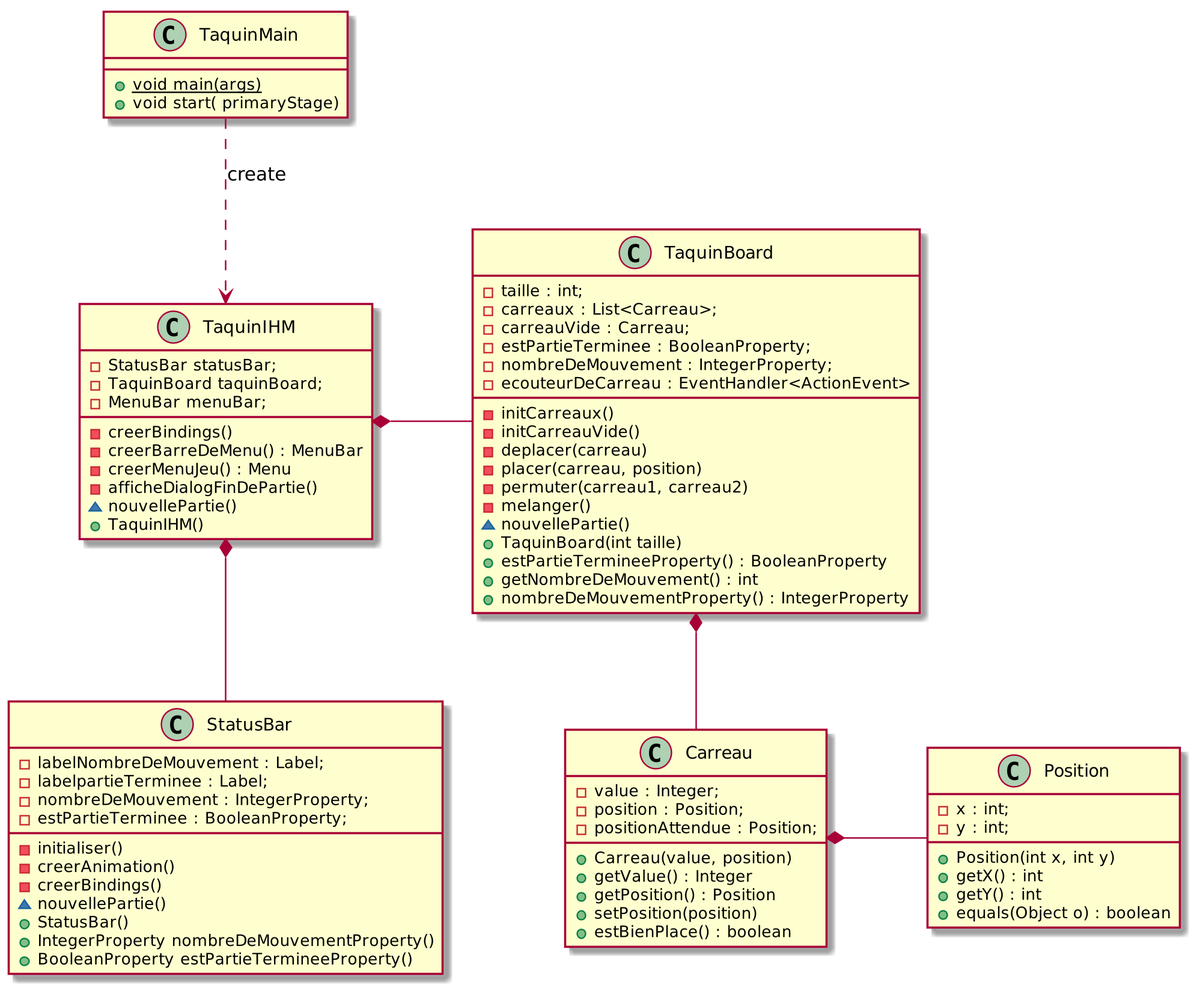
deborah-jabes/TestIHM2017 keeps this PlantUML diagram as src/main/resources/diagram.png. Above is the earlier version.
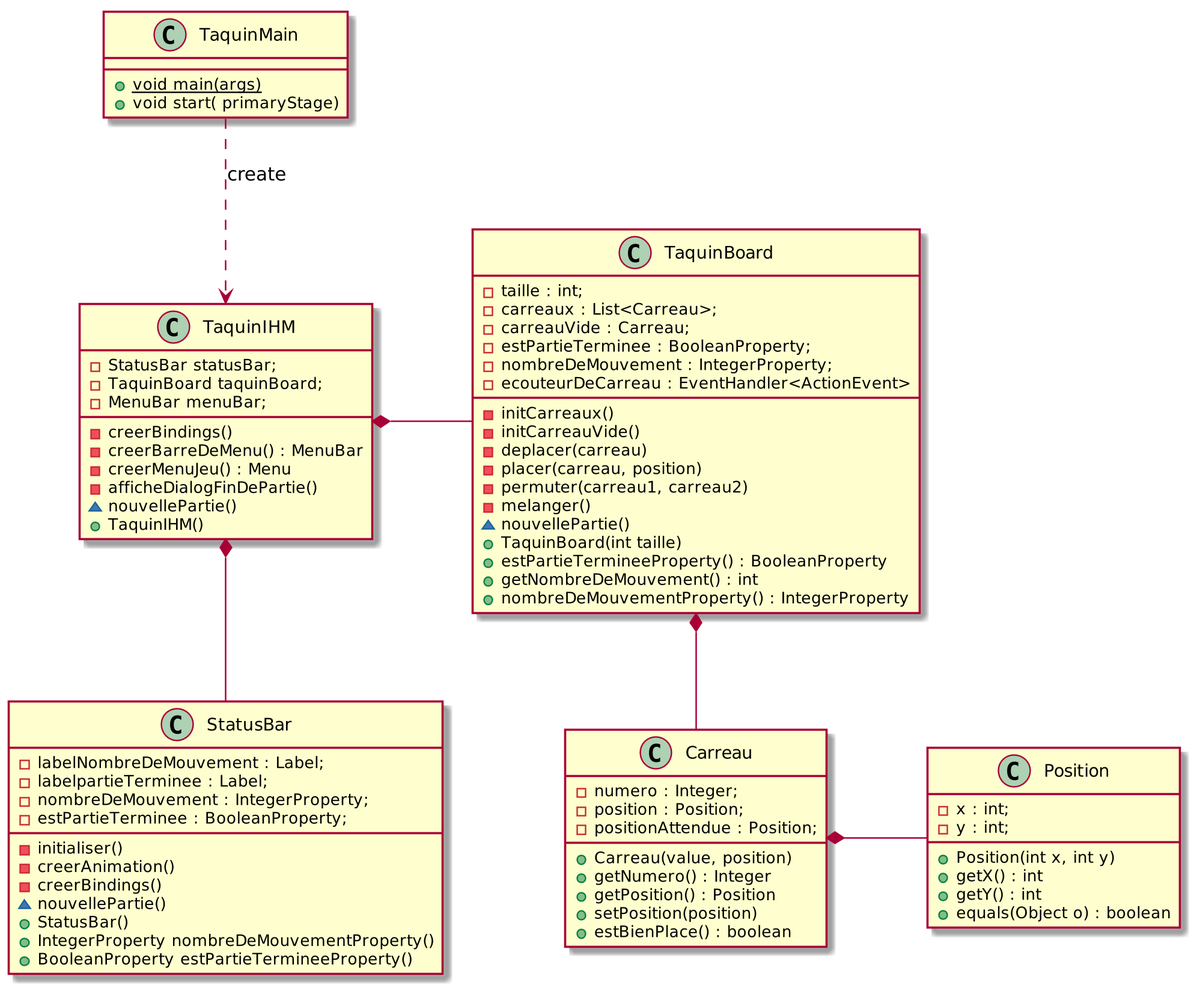
The same file after the commit.

Commit message:
Formatage pour une conversion Latex facile

The edit, as a diff of the source:
```diff
@@ -1,10 +1,10 @@
 @startuml
 class Carreau {
-    - value : Integer;
+    - numero : Integer;
     - position : Position;
     - positionAttendue : Position;
     + Carreau(value, position)
-    + getValue() : Integer
+    + getNumero() : Integer
     + getPosition() : Position
     + setPosition(position)
     + estBienPlace() : boolean
```
